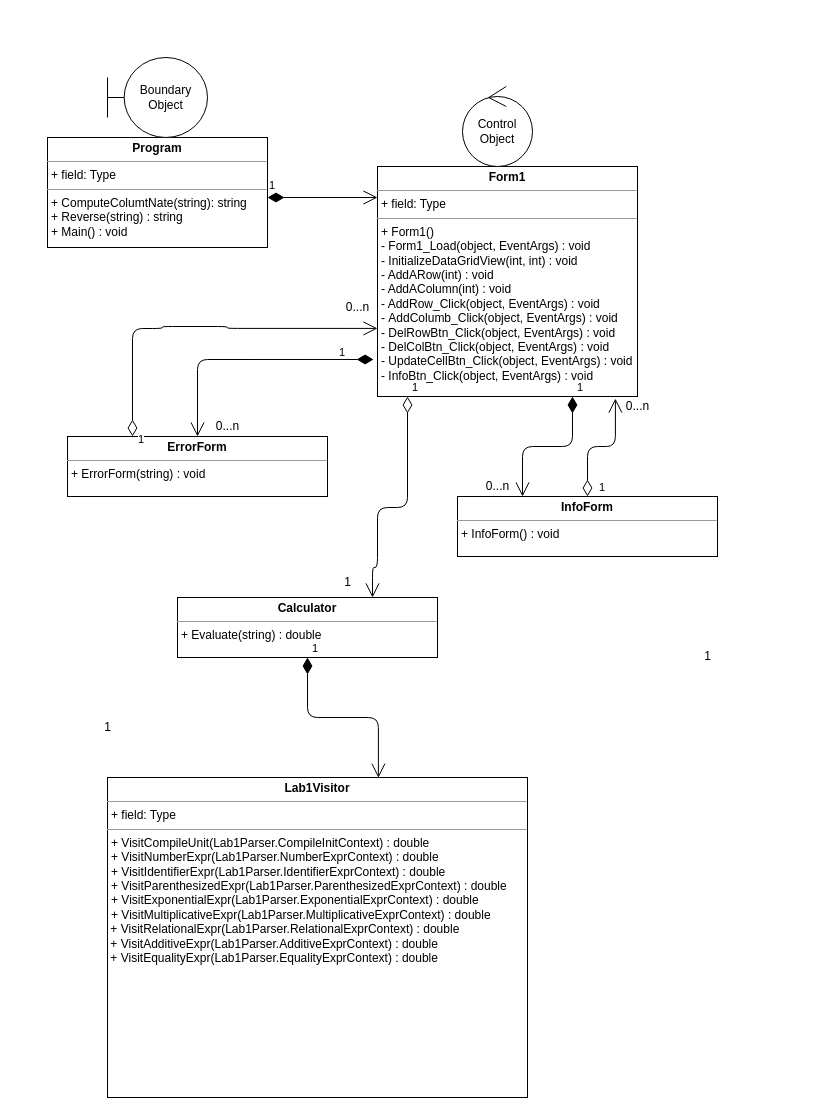
Above: ClassDiagram.drawio in pashokred/mini_spreadsheet (draw.io), before the change. Source tidied: cells renumbered, new cells numbered last; positions are measured from the earlier drawing's top-left corner, leaving out a move shared by most shapes. Both pictures are drawn from the tidied source at 100%, with x=0, y=0 at pixel (47, 57).
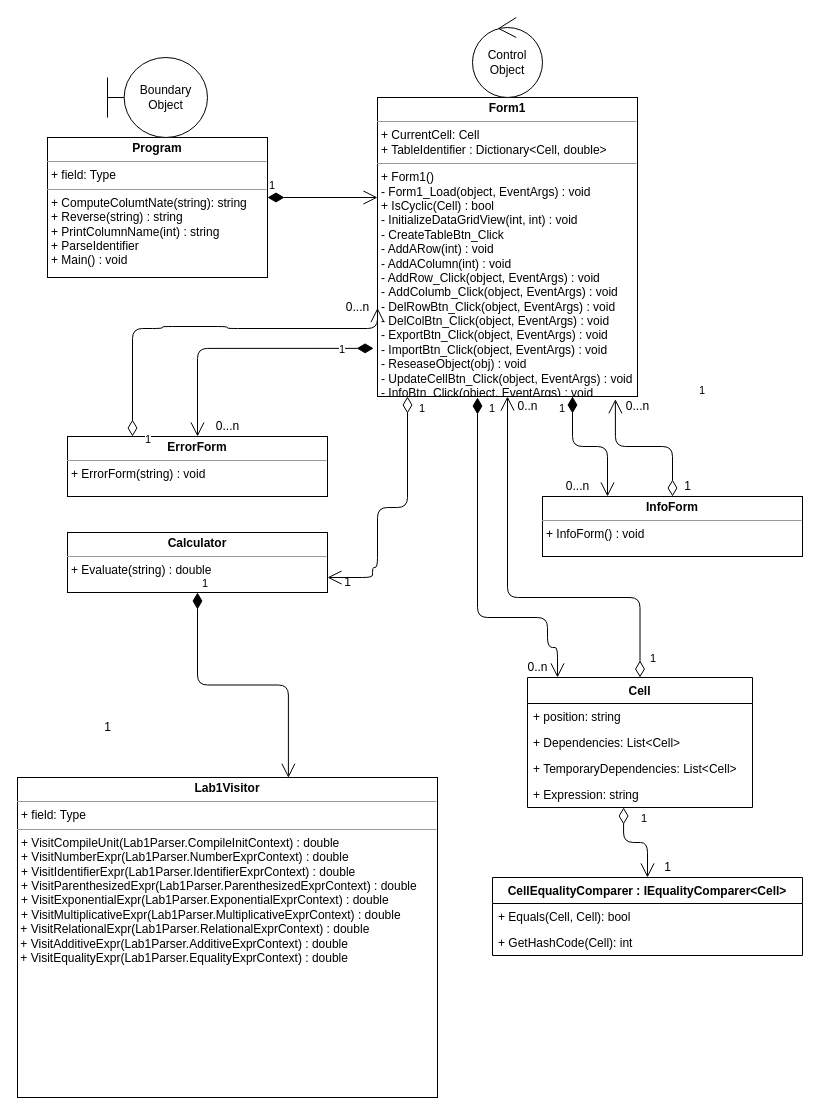
After the change.

Change to the diagram source:
```diff
@@
-    <mxCell id="2" value="&lt;p style=&quot;margin: 0px ; margin-top: 4px ; text-align: center&quot;&gt;&lt;b&gt;Program&lt;/b&gt;&lt;/p&gt;&lt;hr size=&quot;1&quot;&gt;&lt;p style=&quot;margin: 0px ; margin-left: 4px&quot;&gt;+ field: Type&lt;/p&gt;&lt;hr size=&quot;1&quot;&gt;&lt;p style=&quot;margin: 0px ; margin-left: 4px&quot;&gt;+ ComputeColumtNate(string): string&lt;/p&gt;&lt;p style=&quot;margin: 0px ; margin-left: 4px&quot;&gt;+ Reverse(string) : string&lt;/p&gt;&lt;p style=&quot;margin: 0px ; margin-left: 4px&quot;&gt;+ Main() : void&lt;/p&gt;" style="verticalAlign=top;align=left;overflow=fill;fontSize=12;fontFamily=Helvetica;html=1;" parent="1" vertex="1">
-      <mxGeometry y="80" width="220" height="110" as="geometry" />
+    <mxCell id="2" value="&lt;p style=&quot;margin: 0px ; margin-top: 4px ; text-align: center&quot;&gt;&lt;b&gt;Program&lt;/b&gt;&lt;/p&gt;&lt;hr size=&quot;1&quot;&gt;&lt;p style=&quot;margin: 0px ; margin-left: 4px&quot;&gt;+ field: Type&lt;/p&gt;&lt;hr size=&quot;1&quot;&gt;&lt;p style=&quot;margin: 0px ; margin-left: 4px&quot;&gt;+ ComputeColumtNate(string): string&lt;/p&gt;&lt;p style=&quot;margin: 0px ; margin-left: 4px&quot;&gt;+ Reverse(string) : string&lt;/p&gt;&lt;p style=&quot;margin: 0px ; margin-left: 4px&quot;&gt;+ PrintColumnName(int) : string&lt;/p&gt;&lt;p style=&quot;margin: 0px ; margin-left: 4px&quot;&gt;+ ParseIdentifier&lt;/p&gt;&lt;p style=&quot;margin: 0px ; margin-left: 4px&quot;&gt;+ Main() : void&lt;/p&gt;" style="verticalAlign=top;align=left;overflow=fill;fontSize=12;fontFamily=Helvetica;html=1;" parent="1" vertex="1">
+      <mxGeometry y="80" width="220" height="140" as="geometry" />
     </mxCell>
-    <mxCell id="3" value="&lt;p style=&quot;margin: 0px ; margin-top: 4px ; text-align: center&quot;&gt;&lt;b&gt;Form1&lt;/b&gt;&lt;/p&gt;&lt;hr size=&quot;1&quot;&gt;&lt;p style=&quot;margin: 0px ; margin-left: 4px&quot;&gt;+ field: Type&lt;/p&gt;&lt;hr size=&quot;1&quot;&gt;&lt;p style=&quot;margin: 0px ; margin-left: 4px&quot;&gt;+ Form1()&lt;/p&gt;&lt;p style=&quot;margin: 0px ; margin-left: 4px&quot;&gt;&lt;span&gt;- Form1_Load(object, EventArgs) : void&lt;/span&gt;&lt;/p&gt;&lt;p style=&quot;margin: 0px ; margin-left: 4px&quot;&gt;- InitializeDataGridView(int, int) : void&lt;/p&gt;&lt;p style=&quot;margin: 0px ; margin-left: 4px&quot;&gt;- AddARow(int) : void&lt;/p&gt;&lt;p style=&quot;margin: 0px ; margin-left: 4px&quot;&gt;- AddAColumn(int) : void&lt;/p&gt;&lt;p style=&quot;margin: 0px ; margin-left: 4px&quot;&gt;- AddRow_Click(object, EventArgs) : void&lt;/p&gt;&lt;p style=&quot;margin: 0px ; margin-left: 4px&quot;&gt;-&amp;nbsp;&lt;span&gt;AddColumb_Click(object, EventArgs) : void&lt;/span&gt;&lt;/p&gt;&lt;div&gt;&lt;p style=&quot;margin: 0px 0px 0px 4px&quot;&gt;- DelRowBtn_Click(object, EventArgs) : void&lt;/p&gt;&lt;/div&gt;&lt;div&gt;&lt;div&gt;&lt;p style=&quot;margin: 0px 0px 0px 4px&quot;&gt;- DelColBtn_Click(object, EventArgs) : void&lt;/p&gt;&lt;div&gt;&lt;p style=&quot;margin: 0px 0px 0px 4px&quot;&gt;- UpdateCellBtn_Click(object, EventArgs) : void&lt;/p&gt;&lt;div&gt;&lt;p style=&quot;margin: 0px 0px 0px 4px&quot;&gt;- InfoBtn_Click(object, EventArgs) : void&lt;/p&gt;&lt;/div&gt;&lt;div&gt;&lt;br&gt;&lt;/div&gt;&lt;/div&gt;&lt;div&gt;&lt;br&gt;&lt;/div&gt;&lt;/div&gt;&lt;div&gt;&lt;br&gt;&lt;/div&gt;&lt;/div&gt;&lt;p style=&quot;margin: 0px ; margin-left: 4px&quot;&gt;&lt;br&gt;&lt;/p&gt;" style="verticalAlign=top;align=left;overflow=fill;fontSize=12;fontFamily=Helvetica;html=1;" parent="1" vertex="1">
-      <mxGeometry x="330" y="109" width="260" height="230" as="geometry" />
+    <mxCell id="3" value="&lt;p style=&quot;margin: 0px ; margin-top: 4px ; text-align: center&quot;&gt;&lt;b&gt;Form1&lt;/b&gt;&lt;/p&gt;&lt;hr size=&quot;1&quot;&gt;&lt;p style=&quot;margin: 0px ; margin-left: 4px&quot;&gt;+ CurrentCell: Cell&lt;/p&gt;&lt;p style=&quot;margin: 0px ; margin-left: 4px&quot;&gt;+ TableIdentifier : Dictionary&amp;lt;Cell, double&amp;gt;&lt;/p&gt;&lt;hr size=&quot;1&quot;&gt;&lt;p style=&quot;margin: 0px ; margin-left: 4px&quot;&gt;+ Form1()&lt;/p&gt;&lt;p style=&quot;margin: 0px ; margin-left: 4px&quot;&gt;&lt;span&gt;- Form1_Load(object, EventArgs) : void&lt;/span&gt;&lt;/p&gt;&lt;p style=&quot;margin: 0px ; margin-left: 4px&quot;&gt;&lt;span&gt;+ IsCyclic(Cell) : bool&lt;/span&gt;&lt;/p&gt;&lt;p style=&quot;margin: 0px ; margin-left: 4px&quot;&gt;- InitializeDataGridView(int, int) : void&lt;/p&gt;&lt;p style=&quot;margin: 0px ; margin-left: 4px&quot;&gt;- CreateTableBtn_Click&lt;/p&gt;&lt;p style=&quot;margin: 0px ; margin-left: 4px&quot;&gt;- AddARow(int) : void&lt;/p&gt;&lt;p style=&quot;margin: 0px ; margin-left: 4px&quot;&gt;- AddAColumn(int) : void&lt;/p&gt;&lt;p style=&quot;margin: 0px ; margin-left: 4px&quot;&gt;- AddRow_Click(object, EventArgs) : void&lt;/p&gt;&lt;p style=&quot;margin: 0px ; margin-left: 4px&quot;&gt;-&amp;nbsp;&lt;span&gt;AddColumb_Click(object, EventArgs) : void&lt;/span&gt;&lt;/p&gt;&lt;div&gt;&lt;p style=&quot;margin: 0px 0px 0px 4px&quot;&gt;- DelRowBtn_Click(object, EventArgs) : void&lt;/p&gt;&lt;/div&gt;&lt;div&gt;&lt;div&gt;&lt;p style=&quot;margin: 0px 0px 0px 4px&quot;&gt;- DelColBtn_Click(object, EventArgs) : void&lt;/p&gt;&lt;p style=&quot;margin: 0px 0px 0px 4px&quot;&gt;- ExportBtn_Click(object, EventArgs) : void&lt;/p&gt;&lt;p style=&quot;margin: 0px 0px 0px 4px&quot;&gt;- ImportBtn_Click(object, EventArgs) : void&lt;br&gt;&lt;/p&gt;&lt;p style=&quot;margin: 0px 0px 0px 4px&quot;&gt;- ReseaseObject(obj) : void&lt;/p&gt;&lt;div&gt;&lt;p style=&quot;margin: 0px 0px 0px 4px&quot;&gt;- UpdateCellBtn_Click(object, EventArgs) : void&lt;/p&gt;&lt;div&gt;&lt;p style=&quot;margin: 0px 0px 0px 4px&quot;&gt;- InfoBtn_Click(object, EventArgs) : void&lt;/p&gt;&lt;/div&gt;&lt;div&gt;&lt;br&gt;&lt;/div&gt;&lt;/div&gt;&lt;div&gt;&lt;br&gt;&lt;/div&gt;&lt;/div&gt;&lt;div&gt;&lt;br&gt;&lt;/div&gt;&lt;/div&gt;&lt;p style=&quot;margin: 0px ; margin-left: 4px&quot;&gt;&lt;br&gt;&lt;/p&gt;" style="verticalAlign=top;align=left;overflow=fill;fontSize=12;fontFamily=Helvetica;html=1;" parent="1" vertex="1">
+      <mxGeometry x="330" y="40" width="260" height="299" as="geometry" />
     </mxCell>
@@
     <mxCell id="5" value="&lt;p style=&quot;margin: 0px ; margin-top: 4px ; text-align: center&quot;&gt;&lt;b&gt;InfoForm&lt;/b&gt;&lt;/p&gt;&lt;hr size=&quot;1&quot;&gt;&lt;p style=&quot;margin: 0px ; margin-left: 4px&quot;&gt;&lt;span&gt;+ InfoForm() : void&lt;/span&gt;&lt;/p&gt;&lt;div&gt;&lt;div&gt;&lt;br&gt;&lt;/div&gt;&lt;/div&gt;&lt;p style=&quot;margin: 0px ; margin-left: 4px&quot;&gt;&lt;br&gt;&lt;/p&gt;" style="verticalAlign=top;align=left;overflow=fill;fontSize=12;fontFamily=Helvetica;html=1;" parent="1" vertex="1">
-      <mxGeometry x="410" y="439" width="260" height="60" as="geometry" />
+      <mxGeometry x="495" y="439" width="260" height="60" as="geometry" />
     </mxCell>
     <mxCell id="6" value="&lt;p style=&quot;margin: 0px ; margin-top: 4px ; text-align: center&quot;&gt;&lt;b&gt;Calculator&lt;/b&gt;&lt;/p&gt;&lt;hr size=&quot;1&quot;&gt;&lt;p style=&quot;margin: 0px ; margin-left: 4px&quot;&gt;&lt;span&gt;+ Evaluate(string) : double&lt;/span&gt;&lt;/p&gt;&lt;div&gt;&lt;div&gt;&lt;br&gt;&lt;/div&gt;&lt;/div&gt;&lt;p style=&quot;margin: 0px ; margin-left: 4px&quot;&gt;&lt;br&gt;&lt;/p&gt;" style="verticalAlign=top;align=left;overflow=fill;fontSize=12;fontFamily=Helvetica;html=1;" parent="1" vertex="1">
-      <mxGeometry x="130" y="540" width="260" height="60" as="geometry" />
+      <mxGeometry x="20" y="475" width="260" height="60" as="geometry" />
     </mxCell>
     <mxCell id="7" value="&lt;p style=&quot;margin: 0px ; margin-top: 4px ; text-align: center&quot;&gt;&lt;b&gt;Lab1Visitor&lt;/b&gt;&lt;/p&gt;&lt;hr size=&quot;1&quot;&gt;&lt;p style=&quot;margin: 0px ; margin-left: 4px&quot;&gt;+ field: Type&lt;/p&gt;&lt;hr size=&quot;1&quot;&gt;&lt;p style=&quot;margin: 0px ; margin-left: 4px&quot;&gt;+ VisitCompileUnit(Lab1Parser.CompileInitContext) : double&lt;/p&gt;&lt;p style=&quot;margin: 0px 0px 0px 4px&quot;&gt;+ VisitNumberExpr(Lab1Parser.NumberExprContext) : double&lt;/p&gt;&lt;p style=&quot;margin: 0px 0px 0px 4px&quot;&gt;+ VisitIdentifierExpr(Lab1Parser.IdentifierExprContext) : double&lt;/p&gt;&lt;p style=&quot;margin: 0px 0px 0px 4px&quot;&gt;+ VisitParenthesizedExpr(Lab1Parser.ParenthesizedExprContext) : double&lt;/p&gt;&lt;p style=&quot;margin: 0px 0px 0px 4px&quot;&gt;+ VisitExponentialExpr(Lab1Parser.ExponentialExprContext) : double&lt;/p&gt;&lt;p style=&quot;margin: 0px 0px 0px 4px&quot;&gt;+ VisitMultiplicativeExpr(Lab1Parser.MultiplicativeExprContext) : double&lt;/p&gt;&amp;nbsp;+ VisitRelationalExpr(Lab1Parser.RelationalExprContext) : double&lt;br class=&quot;Apple-interchange-newline&quot;&gt;&amp;nbsp;+ VisitAdditiveExpr(Lab1Parser.AdditiveExprContext) : double&lt;br&gt;&amp;nbsp;+ VisitEqualityExpr(Lab1Parser.EqualityExprContext) : double&lt;br&gt;&lt;div&gt;&lt;br&gt;&lt;/div&gt;&lt;div&gt;&lt;br&gt;&lt;/div&gt;&lt;div&gt;&lt;br&gt;&lt;/div&gt;&lt;div&gt;&lt;br&gt;&lt;/div&gt;" style="verticalAlign=top;align=left;overflow=fill;fontSize=12;fontFamily=Helvetica;html=1;" parent="1" vertex="1">
-      <mxGeometry x="60" y="720" width="420" height="320" as="geometry" />
+      <mxGeometry x="-30" y="720" width="420" height="320" as="geometry" />
     </mxCell>
@@
     <mxCell id="12" value="1" style="text;html=1;align=center;verticalAlign=middle;" parent="1" vertex="1">
-      <mxGeometry x="650" y="589" width="20" height="20" as="geometry" />
+      <mxGeometry x="630" y="419" width="20" height="20" as="geometry" />
     </mxCell>
     <mxCell id="13" value="1" style="endArrow=open;html=1;endSize=12;startArrow=diamondThin;startSize=14;startFill=1;edgeStyle=orthogonalEdgeStyle;align=left;verticalAlign=bottom;exitX=0.75;exitY=1;exitDx=0;exitDy=0;entryX=0.25;entryY=0;entryDx=0;entryDy=0;" parent="1" edge="1" source="3" target="5">
-      <mxGeometry x="-1" y="3" relative="1" as="geometry" />
+      <mxGeometry x="-0.69" y="-15" relative="1" as="geometry" />
     </mxCell>
     <mxCell id="14" value="1" style="endArrow=open;html=1;endSize=12;startArrow=diamondThin;startSize=14;startFill=0;edgeStyle=orthogonalEdgeStyle;align=left;verticalAlign=bottom;entryX=0.915;entryY=1.009;entryDx=0;entryDy=0;entryPerimeter=0;" parent="1" edge="1" source="5" target="3">
-      <mxGeometry x="-0.05" y="-50" relative="1" as="geometry" />
+      <mxGeometry x="-0.35" y="-54" relative="1" as="geometry">
+        <mxPoint x="25" y="7" as="offset" />
+      </mxGeometry>
     </mxCell>
@@
     <mxCell id="16" value="0...n" style="text;html=1;align=center;verticalAlign=middle;" parent="1" vertex="1">
-      <mxGeometry x="430" y="419" width="40" height="20" as="geometry" />
+      <mxGeometry x="510" y="419" width="40" height="20" as="geometry" />
     </mxCell>
     <mxCell id="17" value="Control Object" style="ellipse;shape=umlControl;whiteSpace=wrap;html=1;" parent="1" vertex="1">
-      <mxGeometry x="415" y="29" width="70" height="80" as="geometry" />
+      <mxGeometry x="425" y="-40" width="70" height="80" as="geometry" />
     </mxCell>
@@
-    <mxCell id="19" value="1" style="endArrow=open;html=1;endSize=12;startArrow=diamondThin;startSize=14;startFill=0;edgeStyle=orthogonalEdgeStyle;align=left;verticalAlign=bottom;entryX=0.75;entryY=0;entryDx=0;entryDy=0;" parent="1" edge="1" source="3" target="6">
-      <mxGeometry x="-1" y="3" relative="1" as="geometry">
+    <mxCell id="19" value="1" style="endArrow=open;html=1;endSize=12;startArrow=diamondThin;startSize=14;startFill=0;edgeStyle=orthogonalEdgeStyle;align=left;verticalAlign=bottom;entryX=1;entryY=0.75;entryDx=0;entryDy=0;" parent="1" edge="1" source="3" target="6">
+      <mxGeometry x="-0.84" y="10" relative="1" as="geometry">
         <Array as="points">
           <mxPoint x="360" y="450" />
           <mxPoint x="330" y="450" />
           <mxPoint x="330" y="510" />
           <mxPoint x="325" y="510" />
+          <mxPoint x="325" y="520" />
         </Array>
       </mxGeometry>
     </mxCell>
@@
+    <mxCell id="24" value="Cell" style="swimlane;fontStyle=1;horizontal=1;startSize=26;fillColor=none;" parent="1" vertex="1">
+      <mxGeometry x="480" y="620" width="225" height="130" as="geometry" />
+    </mxCell>
+    <mxCell id="25" value="+ position: string" style="text;strokeColor=none;fillColor=none;align=left;verticalAlign=top;spacingLeft=4;spacingRight=4;overflow=hidden;" parent="24" vertex="1">
+      <mxGeometry y="26" width="225" height="26" as="geometry" />
+    </mxCell>
+    <mxCell id="26" value="+ Dependencies: List&lt;Cell&gt;" style="text;strokeColor=none;fillColor=none;align=left;verticalAlign=top;spacingLeft=4;spacingRight=4;overflow=hidden;" parent="24" vertex="1">
+      <mxGeometry y="52" width="225" height="26" as="geometry" />
+    </mxCell>
+    <mxCell id="27" value="+ TemporaryDependencies: List&lt;Cell&gt;" style="text;strokeColor=none;fillColor=none;align=left;verticalAlign=top;spacingLeft=4;spacingRight=4;overflow=hidden;" parent="24" vertex="1">
+      <mxGeometry y="78" width="225" height="26" as="geometry" />
+    </mxCell>
+    <mxCell id="28" value="+ Expression: string" style="text;strokeColor=none;fillColor=none;align=left;verticalAlign=top;spacingLeft=4;spacingRight=4;overflow=hidden;points=[[0,0.5],[1,0.5]];portConstraint=eastwest;" parent="24" vertex="1">
+      <mxGeometry y="104" width="225" height="26" as="geometry" />
+    </mxCell>
+    <mxCell id="29" value="CellEqualityComparer : IEqualityComparer&lt;Cell&gt;" style="swimlane;fontStyle=1;horizontal=1;startSize=26;fillColor=none;" parent="1" vertex="1">
+      <mxGeometry x="445" y="820" width="310" height="78" as="geometry" />
+    </mxCell>
+    <mxCell id="30" value="+ Equals(Cell, Cell): bool" style="text;strokeColor=none;fillColor=none;align=left;verticalAlign=top;spacingLeft=4;spacingRight=4;overflow=hidden;" parent="29" vertex="1">
+      <mxGeometry y="26" width="310" height="26" as="geometry" />
+    </mxCell>
+    <mxCell id="31" value="+ GetHashCode(Cell): int" style="text;strokeColor=none;fillColor=none;align=left;verticalAlign=top;spacingLeft=4;spacingRight=4;overflow=hidden;" parent="29" vertex="1">
+      <mxGeometry y="52" width="310" height="26" as="geometry" />
+    </mxCell>
+    <mxCell id="32" value="1" style="endArrow=open;html=1;endSize=12;startArrow=diamondThin;startSize=14;startFill=0;edgeStyle=orthogonalEdgeStyle;align=left;verticalAlign=bottom;exitX=0.427;exitY=1;exitDx=0;exitDy=0;exitPerimeter=0;" parent="1" edge="1" source="28" target="29">
+      <mxGeometry x="0.09" y="15" relative="1" as="geometry" />
+    </mxCell>
+    <mxCell id="33" value="1" style="text;html=1;align=center;verticalAlign=middle;" parent="1" vertex="1">
+      <mxGeometry x="610" y="800" width="20" height="20" as="geometry" />
+    </mxCell>
+    <mxCell id="34" value="1" style="endArrow=open;html=1;endSize=12;startArrow=diamondThin;startSize=14;startFill=1;edgeStyle=orthogonalEdgeStyle;align=left;verticalAlign=bottom;" parent="1" edge="1">
+      <mxGeometry x="0.28" y="200" relative="1" as="geometry">
+        <mxPoint x="430" y="340" as="sourcePoint" />
+        <mxPoint x="510" y="620" as="targetPoint" />
+        <Array as="points">
+          <mxPoint x="430" y="560" />
+          <mxPoint x="500" y="560" />
+          <mxPoint x="500" y="590" />
+          <mxPoint x="510" y="590" />
+        </Array>
+      </mxGeometry>
+    </mxCell>
+    <mxCell id="35" value="0..n" style="text;html=1;align=center;verticalAlign=middle;" parent="1" vertex="1">
+      <mxGeometry x="470" y="600" width="40" height="20" as="geometry" />
+    </mxCell>
+    <mxCell id="36" value="1" style="endArrow=open;html=1;endSize=12;startArrow=diamondThin;startSize=14;startFill=0;edgeStyle=orthogonalEdgeStyle;align=left;verticalAlign=bottom;entryX=0.5;entryY=1;entryDx=0;entryDy=0;exitX=0.5;exitY=0;exitDx=0;exitDy=0;" parent="1" edge="1" source="24" target="3">
+      <mxGeometry x="-0.95" y="-7" relative="1" as="geometry">
+        <Array as="points">
+          <mxPoint x="593" y="540" />
+          <mxPoint x="460" y="540" />
+        </Array>
+        <mxPoint x="1" as="offset" />
+      </mxGeometry>
+    </mxCell>
+    <mxCell id="37" value="0..n" style="text;html=1;align=center;verticalAlign=middle;" parent="1" vertex="1">
+      <mxGeometry x="460" y="339" width="40" height="20" as="geometry" />
+    </mxCell>
```
